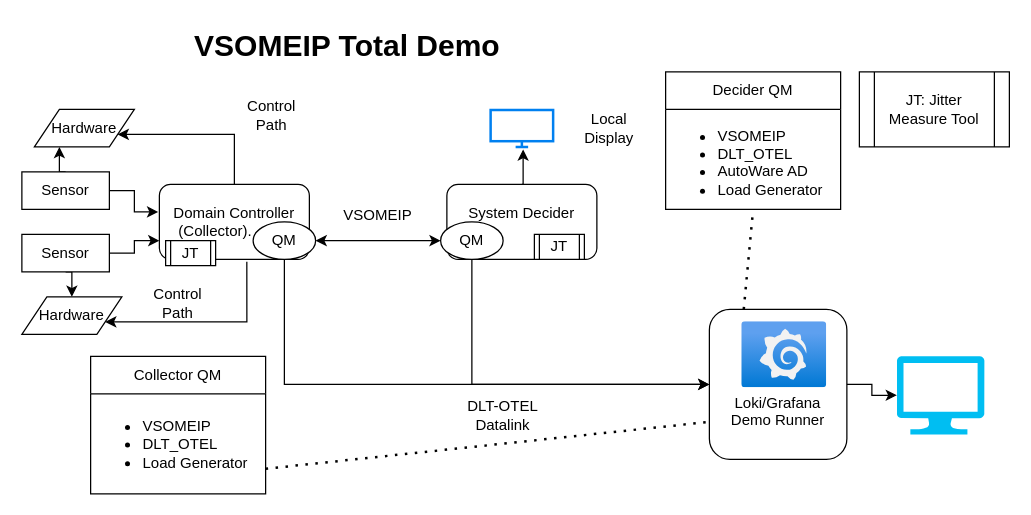
The draw.io diagram vsomeip-demo.drawio in smooge/draw-io-items, before the edit. Source tidied: cells renumbered, new cells numbered last; positions are measured from the earlier drawing's top-left corner, leaving out a move shared by most shapes. Both pictures are drawn from the tidied source at 125%, with x=0, y=0 at pixel (21, 21).
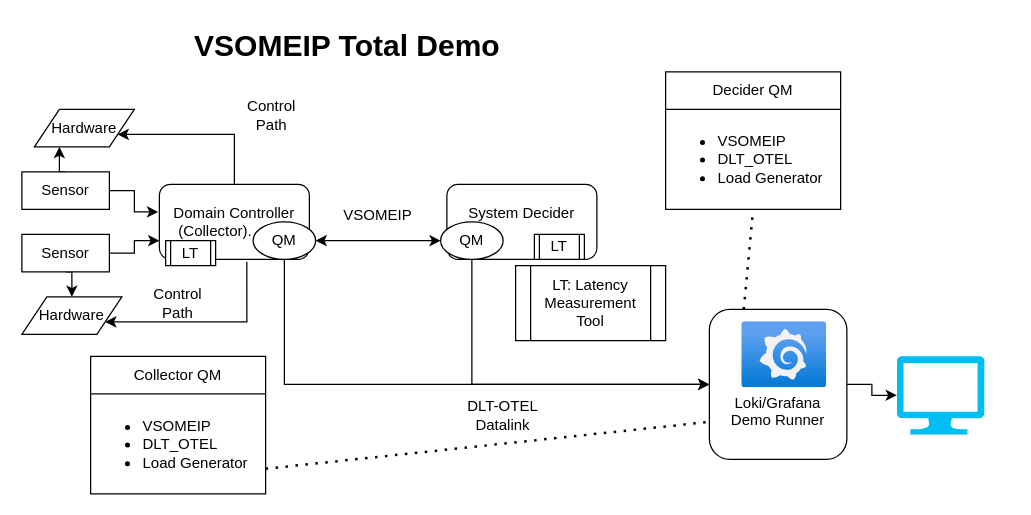
The same page after the edit.

The change refers to these unchanged cells:
```xml
<mxCell id="9" value="System Decider&lt;div&gt;&lt;br&gt;&lt;/div&gt;" style="rounded=1;whiteSpace=wrap;html=1;" parent="1" vertex="1">
  <mxGeometry x="340" y="130" width="120" height="60" as="geometry" />
</mxCell>
<mxCell id="30" value="Decider QM" style="swimlane;fontStyle=0;horizontal=1;startSize=30;whiteSpace=wrap;html=1;" parent="1" vertex="1">
  <mxGeometry x="515" y="40" width="140" height="110" as="geometry" />
</mxCell>
```

What changed in the source:
```diff
@@
-    <mxCell id="10" style="html=1;verticalLabelPosition=bottom;align=center;labelBackgroundColor=#ffffff;verticalAlign=top;strokeWidth=2;strokeColor=#0080F0;shadow=0;dashed=0;shape=mxgraph.ios7.icons.monitor;" parent="1" vertex="1">
-      <mxGeometry x="375" y="70.5" width="50" height="29.5" as="geometry" />
-    </mxCell>
@@
-    <mxCell id="18" style="edgeStyle=orthogonalEdgeStyle;rounded=0;jettySize=auto;html=1;exitX=0.5;exitY=0;exitDx=0;exitDy=0;entryX=0.52;entryY=1.068;entryDx=0;entryDy=0;entryPerimeter=0;" parent="1" edge="1" source="9" target="10">
-      <mxGeometry relative="1" as="geometry" />
-    </mxCell>
-    <mxCell id="19" value="Local Display" style="text;html=1;align=center;verticalAlign=middle;whiteSpace=wrap;rounded=0;" parent="1" vertex="1">
-      <mxGeometry x="440" y="70" width="60" height="30" as="geometry" />
-    </mxCell>
@@
-    <mxCell id="31" value="&lt;ul&gt;&lt;li&gt;VSOMEIP&lt;/li&gt;&lt;li&gt;DLT_OTEL&lt;/li&gt;&lt;li&gt;AutoWare AD&lt;/li&gt;&lt;li&gt;Load Generator&lt;/li&gt;&lt;/ul&gt;" style="text;strokeColor=none;fillColor=none;html=1;whiteSpace=wrap;verticalAlign=middle;overflow=hidden;" parent="30" vertex="1">
+    <mxCell id="31" value="&lt;ul&gt;&lt;li&gt;VSOMEIP&lt;/li&gt;&lt;li&gt;DLT_OTEL&lt;/li&gt;&lt;li&gt;Load Generator&lt;/li&gt;&lt;/ul&gt;" style="text;strokeColor=none;fillColor=none;html=1;whiteSpace=wrap;verticalAlign=middle;overflow=hidden;" parent="30" vertex="1">
       <mxGeometry y="30" width="140" height="80" as="geometry" />
     </mxCell>
@@
-    <mxCell id="37" value="JT" style="shape=process;whiteSpace=wrap;html=1;backgroundOutline=1;" parent="1" vertex="1">
+    <mxCell id="37" value="LT" style="shape=process;whiteSpace=wrap;html=1;backgroundOutline=1;" parent="1" vertex="1">
       <mxGeometry x="410" y="170" width="40" height="20" as="geometry" />
     </mxCell>
-    <mxCell id="38" value="JT" style="shape=process;whiteSpace=wrap;html=1;backgroundOutline=1;" parent="1" vertex="1">
+    <mxCell id="38" value="LT" style="shape=process;whiteSpace=wrap;html=1;backgroundOutline=1;" parent="1" vertex="1">
       <mxGeometry x="115" y="175" width="40" height="20" as="geometry" />
     </mxCell>
-    <mxCell id="39" value="JT: Jitter Measure Tool" style="shape=process;whiteSpace=wrap;html=1;backgroundOutline=1;" parent="1" vertex="1">
-      <mxGeometry x="670" y="40" width="120" height="60" as="geometry" />
+    <mxCell id="39" value="LT: Latency Measurement Tool" style="shape=process;whiteSpace=wrap;html=1;backgroundOutline=1;" parent="1" vertex="1">
+      <mxGeometry x="395" y="195" width="120" height="60" as="geometry" />
     </mxCell>
```
